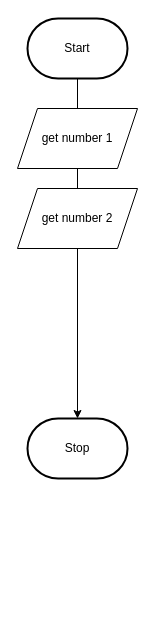
The draw.io diagram design/flowchart.drawio in MTHS-ICS2O-2-2022/ICS2O-Unit-5-06-Yuri-Gabutero24, before the edit. Source tidied: cells renumbered, new cells numbered last; positions are measured from the earlier drawing's top-left corner, leaving out a move shared by most shapes. Both pictures are drawn from the tidied source at 100%, with x=0, y=0 at pixel (17, 18).
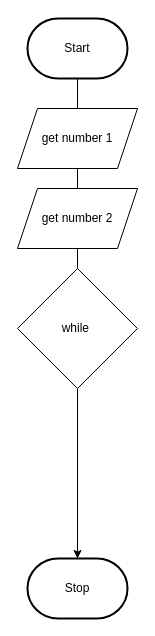
After the change.

Diff of the diagram source:
```diff
@@
 <mxGraphModel>
   <root>
     <mxCell id="0" />
     <mxCell id="1" parent="0" />
-    <mxCell id="2" style="edgeStyle=orthogonalEdgeStyle;html=1;rounded=0;startArrow=none;" parent="1" edge="1" source="8" target="4">
+    <mxCell id="2" style="edgeStyle=orthogonalEdgeStyle;html=1;rounded=0;startArrow=none;" parent="1" edge="1" source="10" target="4">
       <mxGeometry relative="1" as="geometry" />
     </mxCell>
     <mxCell id="3" value="Start" style="strokeWidth=2;html=1;shape=mxgraph.flowchart.terminator;whiteSpace=wrap;" parent="1" vertex="1">
       <mxGeometry x="10" width="100" height="60" as="geometry" />
     </mxCell>
     <mxCell id="4" value="Stop" style="strokeWidth=2;html=1;shape=mxgraph.flowchart.terminator;whiteSpace=wrap;" parent="1" vertex="1">
-      <mxGeometry x="10" y="400" width="100" height="60" as="geometry" />
+      <mxGeometry x="10" y="540" width="100" height="60" as="geometry" />
     </mxCell>
     <mxCell id="5" style="edgeStyle=orthogonalEdgeStyle;html=1;rounded=0;endArrow=none;" parent="1" edge="1" source="3" target="6">
       <mxGeometry relative="1" as="geometry" />
     </mxCell>
     <mxCell id="6" value="get number 1" style="shape=parallelogram;perimeter=parallelogramPerimeter;whiteSpace=wrap;html=1;fixedSize=1;" parent="1" vertex="1">
       <mxGeometry y="90" width="120" height="60" as="geometry" />
     </mxCell>
     <mxCell id="7" style="edgeStyle=orthogonalEdgeStyle;html=1;rounded=0;startArrow=none;endArrow=none;" parent="1" edge="1" source="6" target="8">
       <mxGeometry relative="1" as="geometry" />
     </mxCell>
     <mxCell id="8" value="get number 2" style="shape=parallelogram;perimeter=parallelogramPerimeter;whiteSpace=wrap;html=1;fixedSize=1;" parent="1" vertex="1">
       <mxGeometry y="170" width="120" height="60" as="geometry" />
     </mxCell>
+    <mxCell id="9" style="edgeStyle=orthogonalEdgeStyle;html=1;rounded=0;startArrow=none;endArrow=none;" parent="1" edge="1" source="8" target="10">
+      <mxGeometry relative="1" as="geometry" />
+    </mxCell>
+    <mxCell id="10" value="while&amp;nbsp;" style="rhombus;whiteSpace=wrap;html=1;" parent="1" vertex="1">
+      <mxGeometry y="250" width="120" height="120" as="geometry" />
+    </mxCell>
   </root>
 </mxGraphModel>
```
